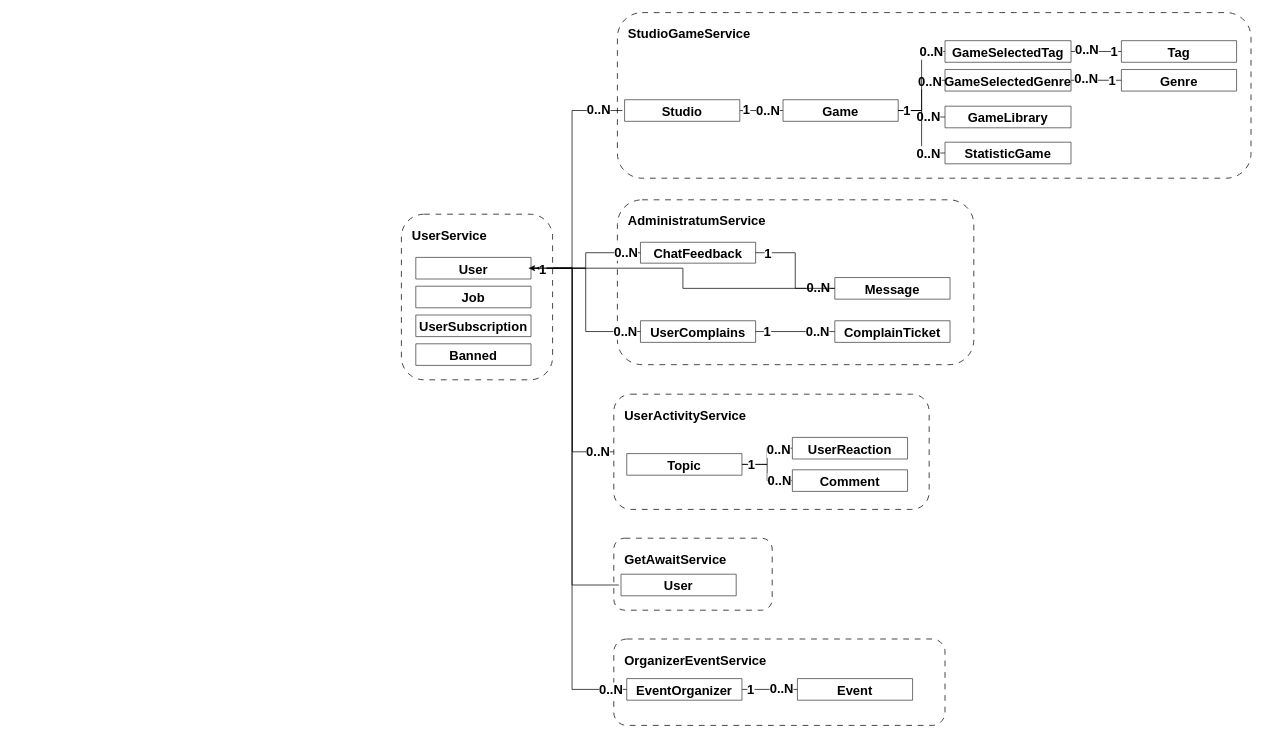
Above: page "ER Global Model" (4 of 4) of doc/bullshit.drawio in TrondinDS/SNGGame (draw.io), before the change. Source tidied: cells renumbered, new cells numbered last; positions are measured from the earlier drawing's top-left corner, leaving out a move shared by most shapes. Both pictures are drawn from the tidied source at 72%, with x=0, y=0 at pixel (401, 12).
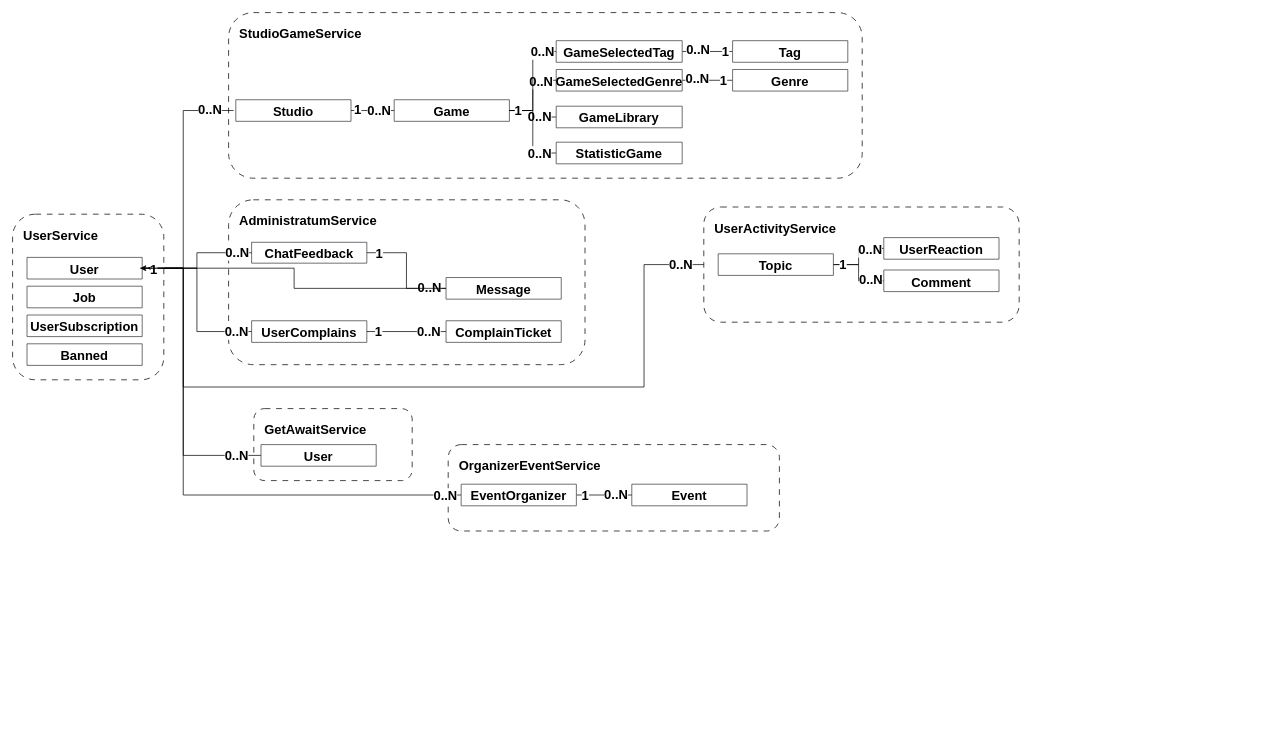
Above is the later version.

Commit message (it also covers changes not shown here):
add usecase diagrams

Unchanged cells that the change refers to:
```xml
<mxCell id="60" value="User" style="swimlane;fontStyle=1;align=center;verticalAlign=top;horizontal=1;startSize=30;whiteSpace=wrap;html=1;fillColor=#ffffff;strokeColor=#36393d;fontSize=18;" parent="55" vertex="1">
  <mxGeometry x="20" y="60" width="160" height="30" as="geometry" />
</mxCell>
```

Diff of the diagram source:
```diff
@@
     <mxCell id="2" style="group;fontSize=18;fontStyle=1;" parent="1" vertex="1">
-      <mxGeometry x="300" width="880" height="230" as="geometry" />
+      <mxGeometry x="-240" width="880" height="230" as="geometry" />
     </mxCell>
@@
     <mxCell id="30" style="group;fontSize=18;fontStyle=1;" parent="1" vertex="1">
-      <mxGeometry x="300" y="260" width="495" height="229" as="geometry" />
+      <mxGeometry x="-240" y="260" width="495" height="229" as="geometry" />
     </mxCell>
@@
     <mxCell id="43" value="GetAwaitService" style="rounded=1;whiteSpace=wrap;html=1;dashed=1;dashPattern=8 8;align=left;verticalAlign=top;spacingTop=0;spacing=15;fontSize=18;fontStyle=1;" parent="1" vertex="1">
-      <mxGeometry x="295" y="730" width="220" height="100" as="geometry" />
+      <mxGeometry x="-205" y="550" width="220" height="100" as="geometry" />
     </mxCell>
-    <mxCell id="44" style="edgeStyle=orthogonalEdgeStyle;rounded=0;jettySize=auto;html=1;exitX=0;exitY=0.5;exitDx=0;exitDy=0;entryX=1;entryY=0.5;entryDx=0;entryDy=0;fontSize=18;fontStyle=1;" parent="1" edge="1" source="46" target="60">
-      <mxGeometry relative="1" as="geometry" />
+    <mxCell id="44" style="edgeStyle=orthogonalEdgeStyle;rounded=0;orthogonalLoop=1;jettySize=auto;html=1;exitX=0;exitY=0.5;exitDx=0;exitDy=0;entryX=1;entryY=0.5;entryDx=0;entryDy=0;fontSize=18;fontStyle=1;" parent="1" edge="1">
+      <mxGeometry relative="1" as="geometry">
+        <mxPoint x="427" y="350" as="sourcePoint" />
+        <mxPoint x="-363" y="355" as="targetPoint" />
+        <Array as="points">
+          <mxPoint x="337" y="350" />
+          <mxPoint x="337" y="520" />
+          <mxPoint x="-303" y="520" />
+          <mxPoint x="-303" y="355" />
+        </Array>
+      </mxGeometry>
     </mxCell>
     <mxCell id="45" value="0..N" style="edgeLabel;html=1;align=center;verticalAlign=middle;fontSize=18;fontStyle=1;" parent="44" vertex="1">
       <mxGeometry x="-0.89" y="-3" relative="1" as="geometry">
-        <mxPoint x="-3" y="2" as="offset" />
+        <mxPoint x="22" y="3" as="offset" />
       </mxGeometry>
     </mxCell>
     <mxCell id="46" value="&lt;span style=&quot;text-align: center;&quot;&gt;UserActivityService&lt;/span&gt;" style="rounded=1;whiteSpace=wrap;html=1;dashed=1;dashPattern=8 8;align=left;verticalAlign=top;spacingTop=0;spacing=15;fontSize=18;fontStyle=1;" parent="1" vertex="1">
-      <mxGeometry x="295" y="530" width="438" height="160" as="geometry" />
+      <mxGeometry x="420" y="270" width="438" height="160" as="geometry" />
     </mxCell>
@@
     <mxCell id="49" value="Comment" style="swimlane;fontStyle=1;align=center;verticalAlign=top;horizontal=1;startSize=30;whiteSpace=wrap;html=1;fillColor=#ffffff;strokeColor=#36393d;fontSize=18;" parent="1" vertex="1">
-      <mxGeometry x="543" y="635" width="160" height="30" as="geometry" />
+      <mxGeometry x="670" y="357.5" width="160" height="30" as="geometry" />
     </mxCell>
     <mxCell id="50" value="Topic" style="swimlane;fontStyle=1;align=center;verticalAlign=top;horizontal=1;startSize=30;whiteSpace=wrap;html=1;fillColor=#ffffff;strokeColor=#36393d;fontSize=18;" parent="1" vertex="1">
-      <mxGeometry x="313" y="612.5" width="160" height="30" as="geometry" />
+      <mxGeometry x="440" y="335" width="160" height="30" as="geometry" />
     </mxCell>
@@
     <mxCell id="54" value="UserReaction" style="swimlane;fontStyle=1;align=center;verticalAlign=top;horizontal=1;startSize=30;whiteSpace=wrap;html=1;fillColor=#ffffff;strokeColor=#36393d;fontSize=18;" parent="1" vertex="1">
-      <mxGeometry x="543" y="590" width="160" height="30" as="geometry" />
+      <mxGeometry x="670" y="312.5" width="160" height="30" as="geometry" />
     </mxCell>
     <mxCell id="55" style="group;fontSize=18;fontStyle=1;" parent="1" vertex="1">
-      <mxGeometry y="280" width="210" height="230" as="geometry" />
+      <mxGeometry x="-540" y="280" width="210" height="230" as="geometry" />
     </mxCell>
@@
     <mxCell id="61" value="&lt;span style=&quot;text-align: center;&quot;&gt;OrganizerEventService&lt;/span&gt;" style="rounded=1;whiteSpace=wrap;html=1;dashed=1;dashPattern=8 8;align=left;verticalAlign=top;spacingTop=0;spacing=15;fontSize=18;fontStyle=1;" parent="1" vertex="1">
-      <mxGeometry x="295" y="870" width="460" height="120" as="geometry" />
+      <mxGeometry x="65" y="600" width="460" height="120" as="geometry" />
     </mxCell>
     <mxCell id="62" value="Event" style="swimlane;fontStyle=1;align=center;verticalAlign=top;horizontal=1;startSize=30;whiteSpace=wrap;html=1;fillColor=#ffffff;strokeColor=#36393d;fontSize=18;" parent="1" vertex="1">
-      <mxGeometry x="550" y="925" width="160" height="30" as="geometry" />
+      <mxGeometry x="320" y="655" width="160" height="30" as="geometry" />
     </mxCell>
@@
-    <mxCell id="66" style="edgeStyle=orthogonalEdgeStyle;rounded=0;orthogonalLoop=1;jettySize=auto;html=1;exitX=0;exitY=0.5;exitDx=0;exitDy=0;entryX=1;entryY=0.5;entryDx=0;entryDy=0;" parent="1" edge="1">
+    <mxCell id="66" style="edgeStyle=orthogonalEdgeStyle;rounded=0;jettySize=auto;html=1;exitX=0;exitY=0.5;exitDx=0;exitDy=0;entryX=1;entryY=0.5;entryDx=0;entryDy=0;" parent="1" edge="1" source="67">
       <mxGeometry relative="1" as="geometry">
-        <mxPoint x="320" y="940" as="sourcePoint" />
-        <mxPoint x="187" y="355" as="targetPoint" />
+        <mxPoint x="-353" y="355" as="targetPoint" />
         <Array as="points">
-          <mxPoint x="237" y="940" />
-          <mxPoint x="237" y="355" />
+          <mxPoint x="-303" y="670" />
+          <mxPoint x="-303" y="355" />
         </Array>
       </mxGeometry>
     </mxCell>
     <mxCell id="67" value="&lt;div&gt;EventOrganizer&lt;/div&gt;" style="swimlane;fontStyle=1;align=center;verticalAlign=top;horizontal=1;startSize=30;whiteSpace=wrap;html=1;fillColor=#ffffff;strokeColor=#36393d;fontSize=18;" parent="1" vertex="1">
-      <mxGeometry x="313" y="925" width="160" height="30" as="geometry" />
+      <mxGeometry x="83" y="655" width="160" height="30" as="geometry" />
     </mxCell>
-    <mxCell id="68" style="edgeStyle=orthogonalEdgeStyle;rounded=0;orthogonalLoop=1;jettySize=auto;html=1;exitX=0;exitY=0.5;exitDx=0;exitDy=0;entryX=1;entryY=0.5;entryDx=0;entryDy=0;" parent="1" edge="1">
+    <mxCell id="68" style="edgeStyle=orthogonalEdgeStyle;rounded=0;jettySize=auto;html=1;exitX=0;exitY=0.5;exitDx=0;exitDy=0;entryX=1;entryY=0.5;entryDx=0;entryDy=0;" parent="1" edge="1" source="69">
       <mxGeometry relative="1" as="geometry">
-        <mxPoint x="302" y="795" as="sourcePoint" />
-        <mxPoint x="177" y="355" as="targetPoint" />
+        <mxPoint x="-363" y="355" as="targetPoint" />
         <Array as="points">
-          <mxPoint x="237" y="795" />
-          <mxPoint x="237" y="355" />
+          <mxPoint x="-303" y="615" />
+          <mxPoint x="-303" y="355" />
         </Array>
       </mxGeometry>
     </mxCell>
     <mxCell id="69" value="User" style="swimlane;fontStyle=1;align=center;verticalAlign=top;horizontal=1;startSize=30;whiteSpace=wrap;html=1;fillColor=#ffffff;strokeColor=#36393d;fontSize=18;" parent="1" vertex="1">
-      <mxGeometry x="305" y="780" width="160" height="30" as="geometry" />
+      <mxGeometry x="-195" y="600" width="160" height="30" as="geometry" />
     </mxCell>
     <mxCell id="70" style="edgeStyle=orthogonalEdgeStyle;rounded=0;orthogonalLoop=1;jettySize=auto;html=1;exitX=0;exitY=0.5;exitDx=0;exitDy=0;entryX=1;entryY=0.5;entryDx=0;entryDy=0;endArrow=none;startFill=0;fontSize=18;fontStyle=1;" parent="1" edge="1">
       <mxGeometry relative="1" as="geometry">
-        <mxPoint x="307" y="136" as="sourcePoint" />
-        <mxPoint x="177" y="355" as="targetPoint" />
+        <mxPoint x="-233" y="136" as="sourcePoint" />
+        <mxPoint x="-363" y="355" as="targetPoint" />
         <Array as="points">
-          <mxPoint x="237" y="136" />
-          <mxPoint x="237" y="355" />
+          <mxPoint x="-303" y="136" />
+          <mxPoint x="-303" y="355" />
         </Array>
       </mxGeometry>
     </mxCell>
@@
     <mxCell id="77" value="0..N" style="edgeLabel;html=1;align=center;verticalAlign=middle;fontSize=18;fontStyle=1;" parent="1" vertex="1">
-      <mxGeometry x="290" y="940" as="geometry" />
+      <mxGeometry x="60" y="670" as="geometry" />
     </mxCell>
+    <mxCell id="78" value="0..N" style="edgeLabel;html=1;align=center;verticalAlign=middle;fontSize=18;fontStyle=1;" parent="1" vertex="1">
+      <mxGeometry x="-230" y="615" as="geometry" />
+    </mxCell>
```
